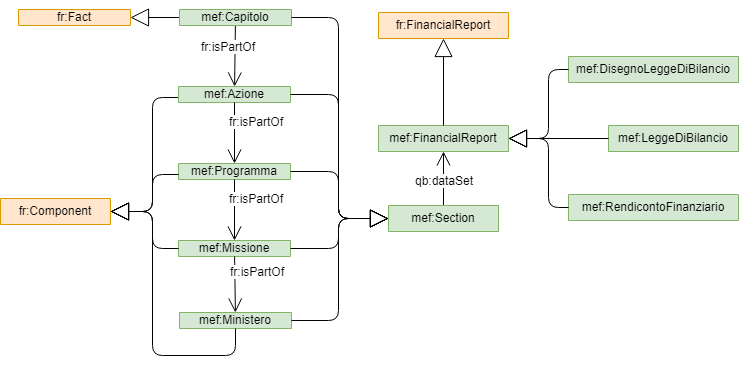
g0v-it/ontologies keeps this draw.io diagram as mef/uml-diagram.png. Above is the earlier version. Source tidied: cells renumbered, new cells last; positions are measured from the earlier drawing's top-left corner, leaving out a move shared by most shapes.
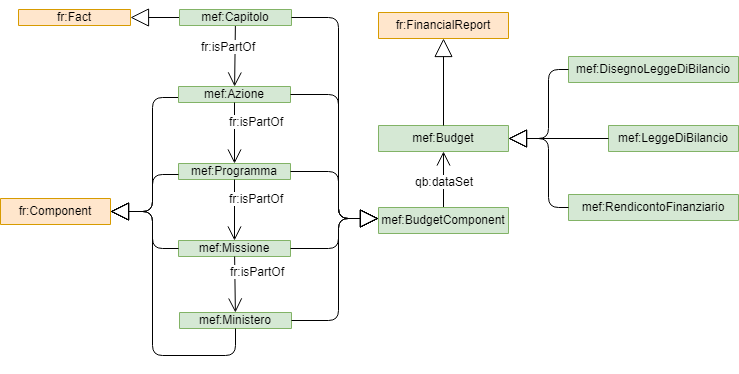
After the commit.

Commit message:
renamed mef:Budget and mef:Component

Change to the diagram source:
```diff
@@ -5,7 +5,7 @@
     <mxCell id="2" value="fr:Fact" style="swimlane;fontStyle=0;horizontal=1;startSize=19;fillColor=#ffe6cc;swimlaneFillColor=#ffffff;strokeColor=#d79b00;" parent="1" vertex="1" collapsed="1">
       <mxGeometry x="18" width="112" height="16" as="geometry" />
     </mxCell>
-    <mxCell id="3" value="mef:FinancialReport" style="swimlane;fontStyle=0;horizontal=1;startSize=26;fillColor=#d5e8d4;swimlaneFillColor=#ffffff;strokeWidth=1;strokeColor=#82b366;" parent="1" vertex="1" collapsed="1">
+    <mxCell id="3" value="mef:Budget" style="swimlane;fontStyle=0;horizontal=1;startSize=26;fillColor=#d5e8d4;swimlaneFillColor=#ffffff;strokeWidth=1;strokeColor=#82b366;" parent="1" vertex="1" collapsed="1">
       <mxGeometry x="378" y="116" width="130" height="26" as="geometry" />
     </mxCell>
     <mxCell id="4" style="edgeStyle=orthogonalEdgeStyle;rounded=0;html=1;exitX=1;exitY=0.25;entryX=1;entryY=0.25;jettySize=auto;orthogonalLoop=1;" parent="1" edge="1" source="2" target="2">
@@ -138,8 +138,8 @@
         <mxPoint x="-5" y="12" as="offset" />
       </mxGeometry>
     </mxCell>
-    <mxCell id="34" value="mef:Section" style="swimlane;fontStyle=0;horizontal=1;startSize=26;swimlaneFillColor=#ffffff;fillColor=#d5e8d4;strokeColor=#82b366;" parent="1" vertex="1" collapsed="1">
-      <mxGeometry x="388" y="196" width="110" height="26" as="geometry" />
+    <mxCell id="34" value="mef:BudgetComponent" style="swimlane;fontStyle=0;horizontal=1;startSize=26;swimlaneFillColor=#ffffff;fillColor=#d5e8d4;strokeColor=#82b366;" parent="1" vertex="1" collapsed="1">
+      <mxGeometry x="378" y="198" width="130" height="26" as="geometry" />
     </mxCell>
     <mxCell id="35" style="endArrow=block;endSize=16;endFill=0;html=1;edgeStyle=orthogonalEdgeStyle;" parent="1" edge="1" source="10" target="34">
       <mxGeometry relative="1" as="geometry">
```
